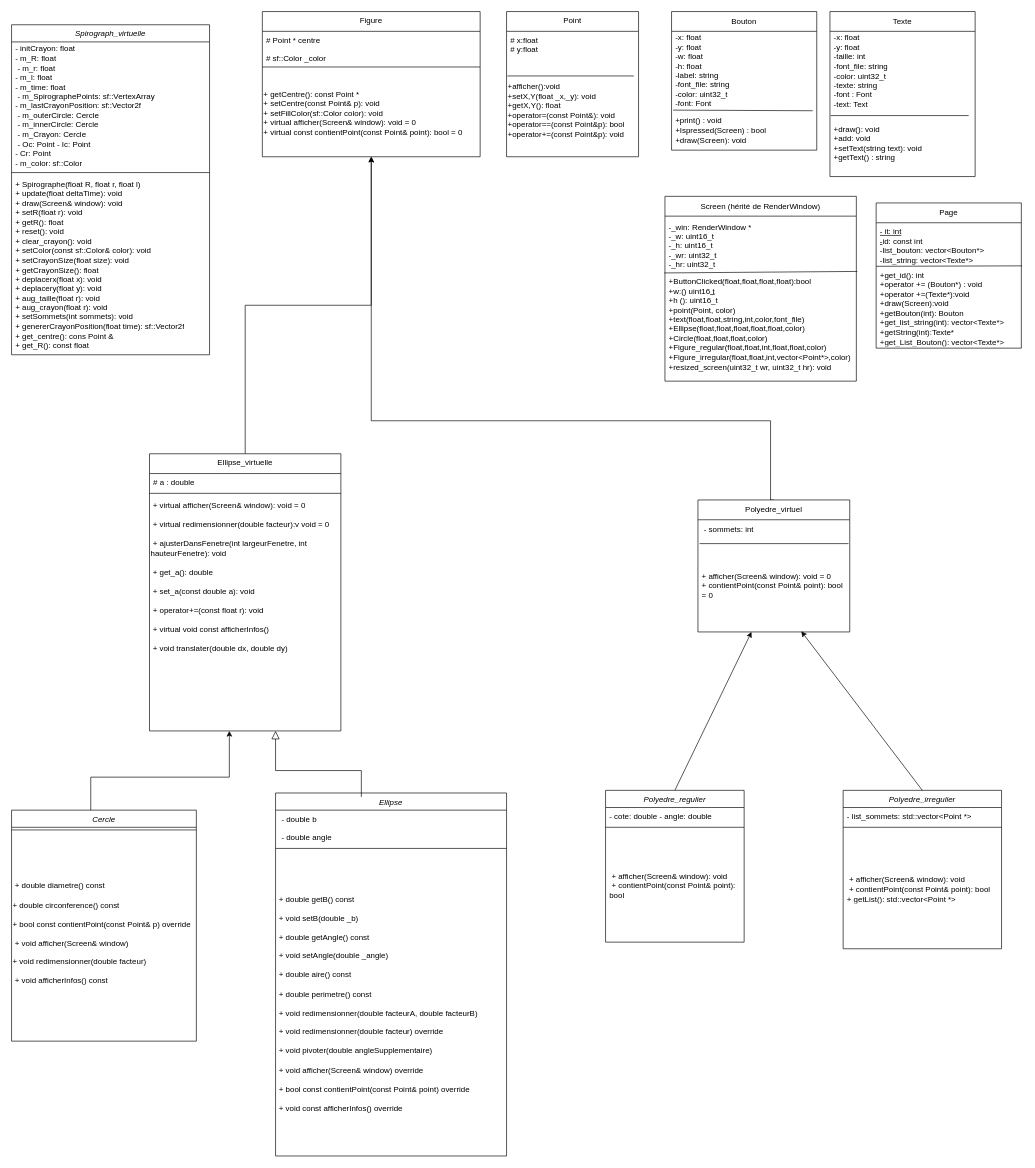
The draw.io diagram spirograph.drawio in Halexeli/The_Incredibles, before the edit. Source tidied: cells renumbered, new cells numbered last; positions are measured from the earlier drawing's top-left corner, leaving out a move shared by most shapes. Both pictures are drawn from the tidied source at 66%, with x=0, y=0 at pixel (11, 11).
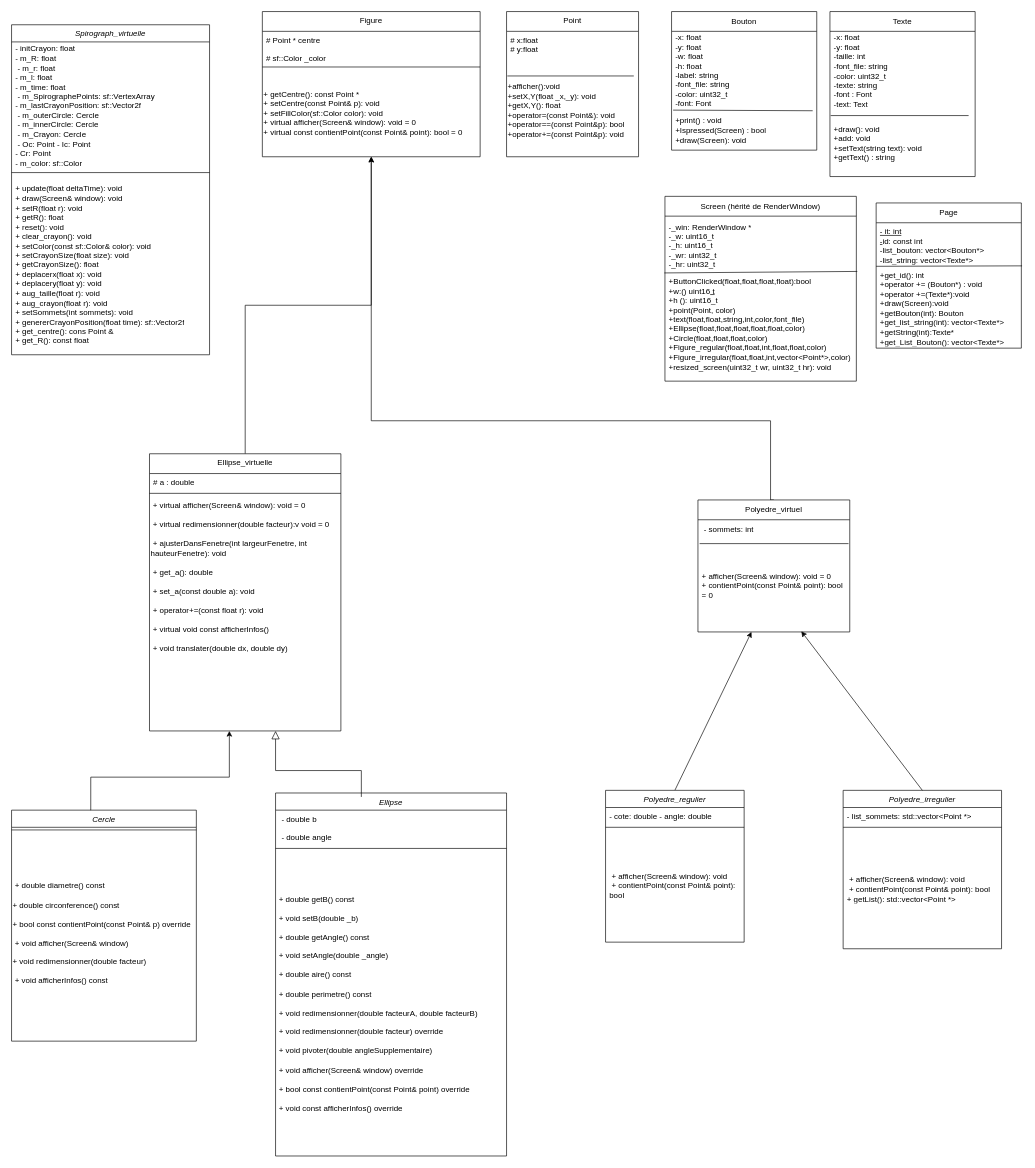
The same diagram, later.

Unchanged cells that the change refers to:
```xml
<mxCell id="2" value="Spirograph_virtuelle" style="swimlane;fontStyle=2;align=center;verticalAlign=top;horizontal=1;startSize=26;rounded=0;shadow=0;strokeWidth=1;" parent="1" vertex="1">
  <mxGeometry y="20" width="300" height="500" as="geometry" />
</mxCell>
```

What changed in the source:
```diff
@@
-    <mxCell id="5" value="&lt;font style=&quot;font-size: 12px;&quot;&gt;+ Spirographe(float R, float r, float l)&amp;nbsp;&lt;/font&gt;&lt;div&gt;&lt;font style=&quot;font-size: 12px;&quot;&gt;+ update(float deltaTime): void&amp;nbsp;&lt;/font&gt;&lt;/div&gt;&lt;div&gt;&lt;font style=&quot;font-size: 12px;&quot;&gt;+ draw(Screen&amp;amp; window): void&amp;nbsp;&lt;/font&gt;&lt;/div&gt;&lt;div&gt;&lt;font style=&quot;font-size: 12px;&quot;&gt;+ setR(float r): void&amp;nbsp;&lt;/font&gt;&lt;/div&gt;&lt;div&gt;&lt;font style=&quot;font-size: 12px;&quot;&gt;+ getR(): float&amp;nbsp;&lt;/font&gt;&lt;/div&gt;&lt;div&gt;&lt;font style=&quot;font-size: 12px;&quot;&gt;+ reset(): void&amp;nbsp;&lt;/font&gt;&lt;/div&gt;&lt;div&gt;&lt;font style=&quot;font-size: 12px;&quot;&gt;+ clear_crayon(): void&amp;nbsp;&lt;/font&gt;&lt;/div&gt;&lt;div&gt;&lt;font style=&quot;font-size: 12px;&quot;&gt;+ setColor(const sf::Color&amp;amp; color): void&amp;nbsp;&lt;/font&gt;&lt;/div&gt;&lt;div&gt;&lt;font style=&quot;font-size: 12px;&quot;&gt;+ setCrayonSize(float size): void&amp;nbsp;&lt;/font&gt;&lt;/div&gt;&lt;div&gt;&lt;font style=&quot;font-size: 12px;&quot;&gt;+ getCrayonSize(): float&amp;nbsp;&lt;/font&gt;&lt;/div&gt;&lt;div&gt;&lt;font style=&quot;font-size: 12px;&quot;&gt;+ deplacerx(float x): void&amp;nbsp;&lt;/font&gt;&lt;/div&gt;&lt;div&gt;&lt;font style=&quot;font-size: 12px;&quot;&gt;+ deplacery(float y): void&amp;nbsp;&lt;/font&gt;&lt;/div&gt;&lt;div&gt;&lt;font style=&quot;font-size: 12px;&quot;&gt;+ aug_taille(float r): void&amp;nbsp;&lt;/font&gt;&lt;/div&gt;&lt;div&gt;&lt;font style=&quot;font-size: 12px;&quot;&gt;+ aug_crayon(float r): void&amp;nbsp;&lt;/font&gt;&lt;/div&gt;&lt;div&gt;&lt;font style=&quot;font-size: 12px;&quot;&gt;+ setSommets(int sommets): void&amp;nbsp;&lt;/font&gt;&lt;/div&gt;&lt;div&gt;&lt;font style=&quot;font-size: 12px;&quot;&gt;+ genererCrayonPosition(float time): sf::Vector2f&lt;/font&gt;&lt;/div&gt;&lt;div&gt;&lt;font style=&quot;font-size: 12px;&quot;&gt;+ get_centre(): cons Point &amp;amp;&lt;/font&gt;&lt;/div&gt;&lt;div&gt;&lt;font style=&quot;font-size: 12px;&quot;&gt;+ get_R(): const float&lt;br&gt;&lt;/font&gt;&lt;/div&gt;" style="text;strokeColor=none;fillColor=none;align=left;verticalAlign=middle;spacingLeft=4;spacingRight=4;overflow=hidden;whiteSpace=wrap;html=1;" parent="2" vertex="1">
+    <mxCell id="5" value="&lt;div&gt;&lt;font style=&quot;font-size: 12px;&quot;&gt;+ update(float deltaTime): void&amp;nbsp;&lt;/font&gt;&lt;/div&gt;&lt;div&gt;&lt;font style=&quot;font-size: 12px;&quot;&gt;+ draw(Screen&amp;amp; window): void&amp;nbsp;&lt;/font&gt;&lt;/div&gt;&lt;div&gt;&lt;font style=&quot;font-size: 12px;&quot;&gt;+ setR(float r): void&amp;nbsp;&lt;/font&gt;&lt;/div&gt;&lt;div&gt;&lt;font style=&quot;font-size: 12px;&quot;&gt;+ getR(): float&amp;nbsp;&lt;/font&gt;&lt;/div&gt;&lt;div&gt;&lt;font style=&quot;font-size: 12px;&quot;&gt;+ reset(): void&amp;nbsp;&lt;/font&gt;&lt;/div&gt;&lt;div&gt;&lt;font style=&quot;font-size: 12px;&quot;&gt;+ clear_crayon(): void&amp;nbsp;&lt;/font&gt;&lt;/div&gt;&lt;div&gt;&lt;font style=&quot;font-size: 12px;&quot;&gt;+ setColor(const sf::Color&amp;amp; color): void&amp;nbsp;&lt;/font&gt;&lt;/div&gt;&lt;div&gt;&lt;font style=&quot;font-size: 12px;&quot;&gt;+ setCrayonSize(float size): void&amp;nbsp;&lt;/font&gt;&lt;/div&gt;&lt;div&gt;&lt;font style=&quot;font-size: 12px;&quot;&gt;+ getCrayonSize(): float&amp;nbsp;&lt;/font&gt;&lt;/div&gt;&lt;div&gt;&lt;font style=&quot;font-size: 12px;&quot;&gt;+ deplacerx(float x): void&amp;nbsp;&lt;/font&gt;&lt;/div&gt;&lt;div&gt;&lt;font style=&quot;font-size: 12px;&quot;&gt;+ deplacery(float y): void&amp;nbsp;&lt;/font&gt;&lt;/div&gt;&lt;div&gt;&lt;font style=&quot;font-size: 12px;&quot;&gt;+ aug_taille(float r): void&amp;nbsp;&lt;/font&gt;&lt;/div&gt;&lt;div&gt;&lt;font style=&quot;font-size: 12px;&quot;&gt;+ aug_crayon(float r): void&amp;nbsp;&lt;/font&gt;&lt;/div&gt;&lt;div&gt;&lt;font style=&quot;font-size: 12px;&quot;&gt;+ setSommets(int sommets): void&amp;nbsp;&lt;/font&gt;&lt;/div&gt;&lt;div&gt;&lt;font style=&quot;font-size: 12px;&quot;&gt;+ genererCrayonPosition(float time): sf::Vector2f&lt;/font&gt;&lt;/div&gt;&lt;div&gt;&lt;font style=&quot;font-size: 12px;&quot;&gt;+ get_centre(): cons Point &amp;amp;&lt;/font&gt;&lt;/div&gt;&lt;div&gt;&lt;font style=&quot;font-size: 12px;&quot;&gt;+ get_R(): const float&lt;br&gt;&lt;/font&gt;&lt;/div&gt;" style="text;strokeColor=none;fillColor=none;align=left;verticalAlign=middle;spacingLeft=4;spacingRight=4;overflow=hidden;whiteSpace=wrap;html=1;" parent="2" vertex="1">
       <mxGeometry y="228" width="300" height="272" as="geometry" />
     </mxCell>
```
